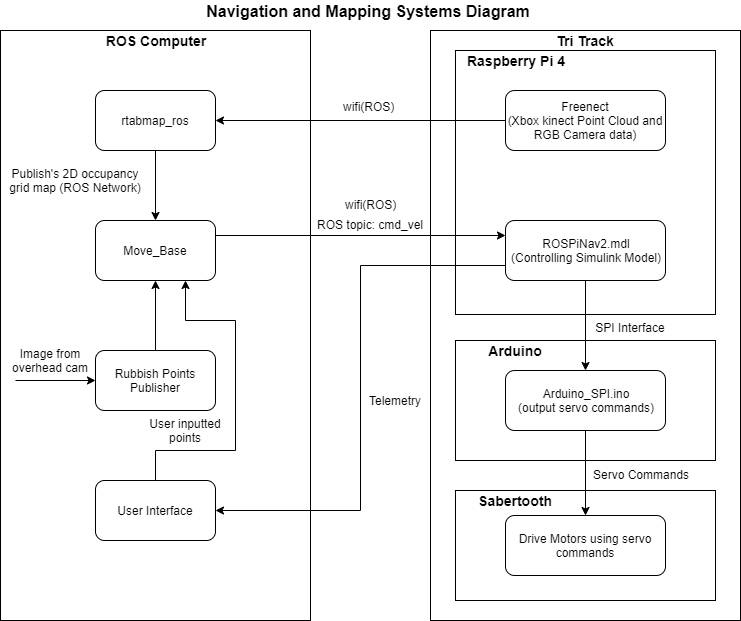
The draw.io diagram ePortfolio/Phase1Architecture.png in THEFB199/UniYear3-E-Mapping-and-Navigation, before a commit. Source tidied: cells renumbered, new cells last; positions are measured from the earlier drawing's top-left corner, leaving out a move shared by most shapes.
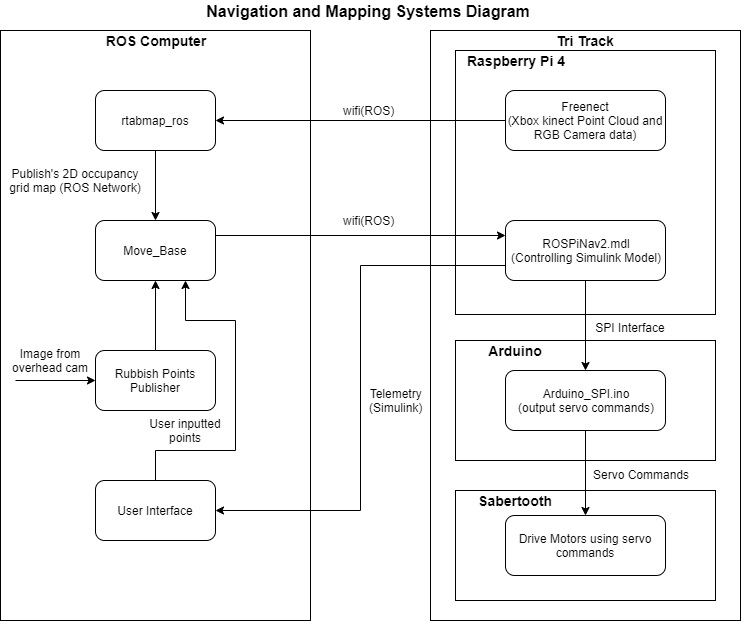
After the commit.

Diff of the diagram source:
```diff
@@ -72,7 +72,7 @@
       <mxGeometry x="525" y="30" width="120" height="20" as="geometry" />
     </mxCell>
     <mxCell id="22" value="wifi(ROS)" style="text;html=1;align=center;verticalAlign=middle;" parent="1" vertex="1">
-      <mxGeometry x="333" y="96" width="70" height="20" as="geometry" />
+      <mxGeometry x="333" y="100" width="70" height="20" as="geometry" />
     </mxCell>
     <mxCell id="23" style="edgeStyle=orthogonalEdgeStyle;rounded=0;jettySize=auto;html=1;exitX=0.5;exitY=1;exitDx=0;exitDy=0;startArrow=none;startFill=0;endArrow=classic;endFill=1;" parent="1" edge="1" source="25" target="30">
       <mxGeometry relative="1" as="geometry" />
@@ -87,11 +87,8 @@
       <mxGeometry x="455" y="50" width="120" height="20" as="geometry" />
     </mxCell>
     <mxCell id="27" value="wifi(ROS)" style="text;html=1;align=center;verticalAlign=middle;" parent="1" vertex="1">
-      <mxGeometry x="335" y="194" width="70" height="20" as="geometry" />
+      <mxGeometry x="333" y="210" width="70" height="20" as="geometry" />
     </mxCell>
-    <mxCell id="28" value="ROS topic: cmd_vel" style="text;html=1;align=center;verticalAlign=middle;" parent="1" vertex="1">
-      <mxGeometry x="310" y="214" width="120" height="20" as="geometry" />
-    </mxCell>
     <mxCell id="29" value="&lt;b&gt;&lt;font style=&quot;font-size: 14px&quot;&gt;Arduino&lt;/font&gt;&lt;/b&gt;" style="text;html=1;strokeColor=none;fillColor=none;align=center;verticalAlign=middle;whiteSpace=wrap;rounded=0;" parent="1" vertex="1">
       <mxGeometry x="455" y="340" width="120" height="20" as="geometry" />
     </mxCell>
@@ -116,8 +113,8 @@
     <mxCell id="36" style="edgeStyle=orthogonalEdgeStyle;rounded=0;jettySize=auto;html=1;exitX=0.5;exitY=1;exitDx=0;exitDy=0;startArrow=none;startFill=0;endArrow=classic;endFill=1;" parent="1" edge="1" source="30" target="34">
       <mxGeometry relative="1" as="geometry" />
     </mxCell>
-    <mxCell id="37" value="Telemetry" style="text;html=1;align=center;verticalAlign=middle;" parent="1" vertex="1">
-      <mxGeometry x="360" y="390" width="70" height="20" as="geometry" />
+    <mxCell id="37" value="Telemetry&lt;br&gt;(Simulink)" style="text;html=1;align=center;verticalAlign=middle;" parent="1" vertex="1">
+      <mxGeometry x="360" y="385" width="70" height="30" as="geometry" />
     </mxCell>
     <mxCell id="38" value="&lt;font style=&quot;font-size: 16px&quot;&gt;&lt;b&gt;Navigation and Mapping Systems Diagram&lt;/b&gt;&lt;/font&gt;" style="text;html=1;strokeColor=none;fillColor=none;align=center;verticalAlign=middle;whiteSpace=wrap;rounded=0;" parent="1" vertex="1">
       <mxGeometry x="193" width="350" height="20" as="geometry" />
```
